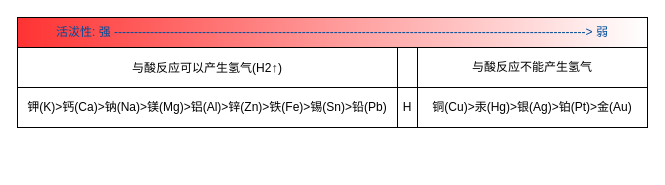
This is 化学元素.drawio from fengsh998/pics, a draw.io file, before an edit. Source tidied: cells renumbered, new cells numbered last; positions are measured from the earlier drawing's top-left corner, leaving out a move shared by most shapes. Both pictures are drawn from the tidied source at 100%, with x=0, y=0 at pixel (17, 17).
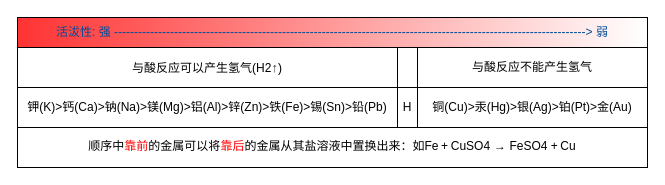
The same page after the edit.

Commit message (it also covers changes not shown here):
更新化学元素.drawio

What changed in the source:
```diff
@@
 <mxGraphModel>
   <root>
     <mxCell id="0" />
     <mxCell id="1" parent="0" />
     <mxCell id="2" value="钾(K)&amp;gt;钙(Ca)&amp;gt;钠(Na)&amp;gt;镁(Mg)&amp;gt;铝(Al)&amp;gt;锌(Zn)&amp;gt;铁(Fe)&amp;gt;锡(Sn)&amp;gt;铅(Pb)" style="rounded=0;whiteSpace=wrap;html=1;" parent="1" vertex="1">
       <mxGeometry y="70" width="380" height="40" as="geometry" />
     </mxCell>
     <mxCell id="3" value="H" style="rounded=0;whiteSpace=wrap;html=1;" parent="1" vertex="1">
       <mxGeometry x="380" y="70" width="20" height="40" as="geometry" />
     </mxCell>
     <mxCell id="4" value="铜(Cu)&amp;gt;汞(Hg)&amp;gt;银(Ag)&amp;gt;铂(Pt)&amp;gt;金(Au)" style="rounded=0;whiteSpace=wrap;html=1;" parent="1" vertex="1">
       <mxGeometry x="400" y="70" width="230" height="40" as="geometry" />
     </mxCell>
     <mxCell id="5" value="与酸反应可以产生氢气(H2&lt;span style=&quot;text-align: start; caret-color: rgb(51, 51, 51); color: rgb(51, 51, 51); font-family: Arial, sans-serif; font-size: 13px; background-color: rgb(255, 255, 255);&quot;&gt;↑&lt;/span&gt;)" style="rounded=0;whiteSpace=wrap;html=1;" parent="1" vertex="1">
       <mxGeometry y="30" width="380" height="40" as="geometry" />
     </mxCell>
     <mxCell id="6" value="与酸反应不能产生氢气" style="rounded=0;whiteSpace=wrap;html=1;" parent="1" vertex="1">
       <mxGeometry x="400" y="30" width="230" height="40" as="geometry" />
     </mxCell>
     <mxCell id="7" value="活沷性: 强 ----------------------------------------------------------------------------------------------------------------------&amp;gt; 弱" style="rounded=0;whiteSpace=wrap;html=1;gradientColor=#FF3333;gradientDirection=west;fontColor=#004C99;" parent="1" vertex="1">
       <mxGeometry width="630" height="30" as="geometry" />
     </mxCell>
+    <mxCell id="8" value="顺序中&lt;span style=&quot;color: rgb(255, 0, 0);&quot;&gt;靠前&lt;/span&gt;的金属可以将&lt;span style=&quot;color: rgb(255, 0, 0);&quot;&gt;靠后&lt;/span&gt;的金属从其盐溶液中置换出来：如&lt;span class=&quot;base&quot; style=&quot;text-align: start;&quot;&gt;&lt;span class=&quot;mord text&quot;&gt;&lt;span class=&quot;mord&quot;&gt;Fe&lt;/span&gt;&lt;/span&gt;&lt;span class=&quot;mspace&quot; style=&quot;margin-right: 0.2222em;&quot;&gt;&lt;/span&gt;&lt;span class=&quot;mbin&quot;&gt;+&lt;/span&gt;&lt;span class=&quot;mspace&quot; style=&quot;margin-right: 0.2222em;&quot;&gt;&lt;/span&gt;&lt;/span&gt;&lt;span class=&quot;base&quot; style=&quot;text-align: start;&quot;&gt;&lt;span class=&quot;strut&quot; style=&quot;height: 0.8333em; vertical-align: -0.15em;&quot;&gt;&lt;/span&gt;&lt;span class=&quot;mord&quot;&gt;&lt;span class=&quot;mord text&quot;&gt;&lt;span class=&quot;mord&quot;&gt;CuSO&lt;/span&gt;&lt;/span&gt;&lt;span class=&quot;msupsub&quot;&gt;&lt;span class=&quot;vlist-t vlist-t2&quot;&gt;&lt;span class=&quot;vlist-r&quot;&gt;&lt;span class=&quot;vlist&quot; style=&quot;height: 0.3011em;&quot;&gt;&lt;span class=&quot;&quot; style=&quot;top: -2.55em; margin-right: 0.05em;&quot;&gt;&lt;span class=&quot;pstrut&quot; style=&quot;height: 2.7em;&quot;&gt;&lt;/span&gt;&lt;span class=&quot;sizing reset-size6 size3 mtight&quot;&gt;&lt;span class=&quot;mord mtight&quot;&gt;4&lt;/span&gt;&lt;/span&gt;&lt;/span&gt;&lt;/span&gt;&lt;span class=&quot;vlist-s&quot;&gt;&lt;/span&gt;&lt;/span&gt;&lt;span class=&quot;vlist-r&quot;&gt;&lt;span class=&quot;vlist&quot; style=&quot;height: 0.15em;&quot;&gt;&lt;span class=&quot;&quot;&gt;&lt;/span&gt;&lt;/span&gt;&lt;/span&gt;&lt;/span&gt;&lt;/span&gt;&lt;/span&gt;&lt;span class=&quot;mspace&quot; style=&quot;margin-right: 0.2778em;&quot;&gt;&lt;/span&gt;&lt;span class=&quot;mrel&quot;&gt;→&lt;/span&gt;&lt;span class=&quot;mspace&quot; style=&quot;margin-right: 0.2778em;&quot;&gt;&lt;/span&gt;&lt;/span&gt;&lt;span class=&quot;base&quot; style=&quot;text-align: start;&quot;&gt;&lt;span class=&quot;strut&quot; style=&quot;height: 0.8333em; vertical-align: -0.15em;&quot;&gt;&lt;/span&gt;&lt;span class=&quot;mord&quot;&gt;&lt;span class=&quot;mord text&quot;&gt;&lt;span class=&quot;mord&quot;&gt;FeSO&lt;/span&gt;&lt;/span&gt;&lt;span class=&quot;msupsub&quot;&gt;&lt;span class=&quot;vlist-t vlist-t2&quot;&gt;&lt;span class=&quot;vlist-r&quot;&gt;&lt;span class=&quot;vlist&quot; style=&quot;height: 0.3011em;&quot;&gt;&lt;span class=&quot;&quot; style=&quot;top: -2.55em; margin-right: 0.05em;&quot;&gt;&lt;span class=&quot;pstrut&quot; style=&quot;height: 2.7em;&quot;&gt;&lt;/span&gt;&lt;span class=&quot;sizing reset-size6 size3 mtight&quot;&gt;&lt;span class=&quot;mord mtight&quot;&gt;4&lt;/span&gt;&lt;/span&gt;&lt;/span&gt;&lt;/span&gt;&lt;span class=&quot;vlist-s&quot;&gt;&lt;/span&gt;&lt;/span&gt;&lt;span class=&quot;vlist-r&quot;&gt;&lt;span class=&quot;vlist&quot; style=&quot;height: 0.15em;&quot;&gt;&lt;span class=&quot;&quot;&gt;&lt;/span&gt;&lt;/span&gt;&lt;/span&gt;&lt;/span&gt;&lt;/span&gt;&lt;/span&gt;&lt;span class=&quot;mspace&quot; style=&quot;margin-right: 0.2222em;&quot;&gt;&lt;/span&gt;&lt;span class=&quot;mbin&quot;&gt;+&lt;/span&gt;&lt;span class=&quot;mspace&quot; style=&quot;margin-right: 0.2222em;&quot;&gt;&lt;/span&gt;&lt;/span&gt;&lt;span class=&quot;base&quot; style=&quot;text-align: start;&quot;&gt;&lt;span class=&quot;strut&quot; style=&quot;height: 0.6833em;&quot;&gt;&lt;/span&gt;&lt;span class=&quot;mord text&quot;&gt;&lt;span class=&quot;mord&quot;&gt;Cu&lt;/span&gt;&lt;/span&gt;&lt;/span&gt;" style="rounded=0;whiteSpace=wrap;html=1;" parent="1" vertex="1">
+      <mxGeometry y="110" width="630" height="40" as="geometry" />
+    </mxCell>
   </root>
 </mxGraphModel>
```
